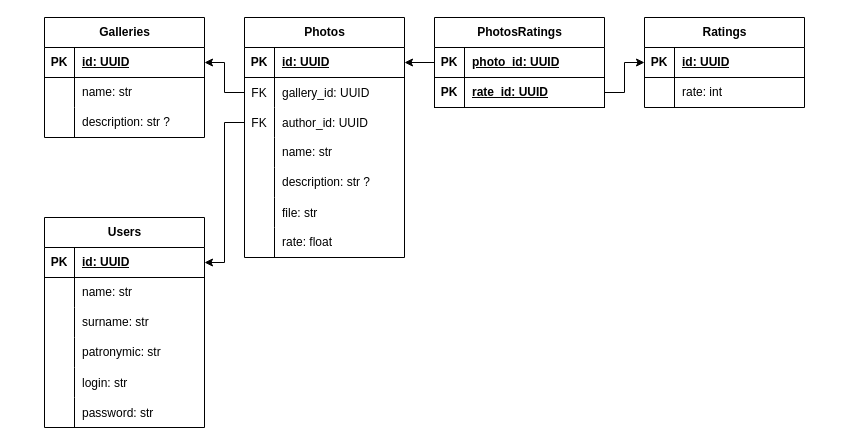
Earlier version of the draw.io diagram бд.drawio (WATUNeed/gallery). Source tidied: cells renumbered, new cells numbered last; positions are measured from the earlier drawing's top-left corner, leaving out a move shared by most shapes. Both pictures are drawn from the tidied source at 100%, with x=0, y=0 at pixel (44, 17).
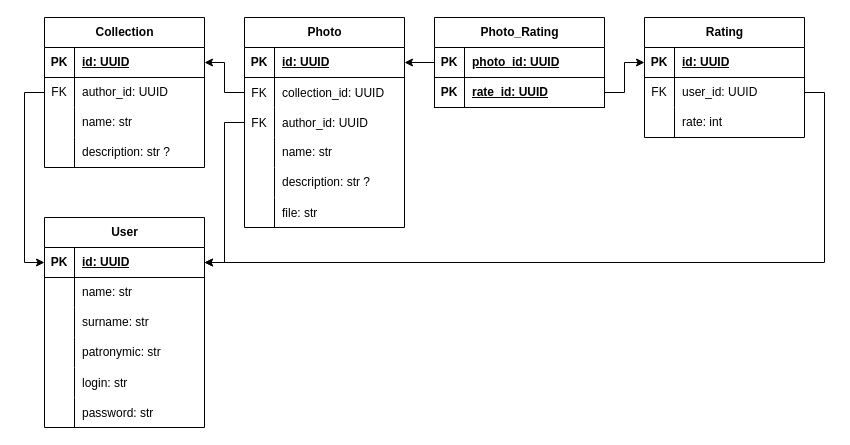
After the change.

The change refers to these unchanged cells:
```xml
<mxCell id="3" style="shape=tableRow;horizontal=0;startSize=0;swimlaneHead=0;swimlaneBody=0;fillColor=none;points=[[0,0.5],[1,0.5]];portConstraint=eastwest;top=0;left=0;right=0;bottom=1;" parent="2" vertex="1">
  <mxGeometry y="30" width="160" height="30" as="geometry" />
</mxCell>
<mxCell id="35" style="shape=tableRow;horizontal=0;startSize=0;swimlaneHead=0;swimlaneBody=0;fillColor=none;points=[[0,0.5],[1,0.5]];portConstraint=eastwest;top=0;left=0;right=0;bottom=0;" parent="31" vertex="1">
  <mxGeometry y="60" width="160" height="30" as="geometry" />
</mxCell>
```

Diff of the diagram source:
```diff
@@
-    <mxCell id="2" value="Users" style="shape=table;startSize=30;childLayout=tableLayout;rowLines=0;fontStyle=1;align=center;html=1;" parent="1" vertex="1">
+    <mxCell id="2" value="User" style="shape=table;startSize=30;childLayout=tableLayout;rowLines=0;fontStyle=1;align=center;html=1;" parent="1" vertex="1">
       <mxGeometry y="200" width="160" height="210" as="geometry" />
     </mxCell>
@@
-    <mxCell id="21" value="Galleries" style="shape=table;startSize=30;childLayout=tableLayout;rowLines=0;fontStyle=1;align=center;html=1;" parent="1" vertex="1">
-      <mxGeometry width="160" height="120" as="geometry" />
+    <mxCell id="21" value="Collection" style="shape=table;startSize=30;childLayout=tableLayout;rowLines=0;fontStyle=1;align=center;html=1;" parent="1" vertex="1">
+      <mxGeometry width="160" height="150" as="geometry" />
     </mxCell>
@@
+    <mxCell id="71" style="shape=tableRow;horizontal=0;startSize=0;swimlaneHead=0;swimlaneBody=0;fillColor=none;points=[[0,0.5],[1,0.5]];portConstraint=eastwest;top=0;left=0;right=0;bottom=0;" parent="21" vertex="1">
+      <mxGeometry y="60" width="160" height="30" as="geometry" />
+    </mxCell>
+    <mxCell id="72" value="FK" style="shape=partialRectangle;fillColor=none;top=0;left=0;bottom=0;right=0;fontStyle=0;overflow=hidden;whiteSpace=wrap;html=1;" parent="71" vertex="1">
+      <mxGeometry width="30" height="30" as="geometry" />
+    </mxCell>
+    <mxCell id="73" value="author_id: UUID" style="shape=partialRectangle;fillColor=none;top=0;left=0;bottom=0;right=0;align=left;spacingLeft=6;fontStyle=0;overflow=hidden;whiteSpace=wrap;html=1;" parent="71" vertex="1">
+      <mxGeometry x="30" width="130" height="30" as="geometry" />
+    </mxCell>
     <mxCell id="25" style="shape=tableRow;horizontal=0;startSize=0;swimlaneHead=0;swimlaneBody=0;fillColor=none;top=0;left=0;right=0;bottom=0;" parent="21" vertex="1">
-      <mxGeometry y="60" width="160" height="30" as="geometry" />
+      <mxGeometry y="90" width="160" height="30" as="geometry" />
     </mxCell>
@@
     <mxCell id="28" style="shape=tableRow;horizontal=0;startSize=0;swimlaneHead=0;swimlaneBody=0;fillColor=none;top=0;left=0;right=0;bottom=0;" parent="21" vertex="1">
-      <mxGeometry y="90" width="160" height="30" as="geometry" />
+      <mxGeometry y="120" width="160" height="30" as="geometry" />
     </mxCell>
@@
-    <mxCell id="31" value="Photos" style="shape=table;startSize=30;childLayout=tableLayout;rowLines=0;fontStyle=1;align=center;html=1;" parent="1" vertex="1">
-      <mxGeometry x="200" width="160" height="240" as="geometry" />
+    <mxCell id="31" value="Photo" style="shape=table;startSize=30;childLayout=tableLayout;rowLines=0;fontStyle=1;align=center;html=1;" parent="1" vertex="1">
+      <mxGeometry x="200" width="160" height="210" as="geometry" />
     </mxCell>
@@
-    <mxCell id="37" value="gallery_id: UUID" style="shape=partialRectangle;fillColor=none;top=0;left=0;bottom=0;right=0;align=left;spacingLeft=6;overflow=hidden;" parent="35" vertex="1">
+    <mxCell id="37" value="collection_id: UUID" style="shape=partialRectangle;fillColor=none;top=0;left=0;bottom=0;right=0;align=left;spacingLeft=6;overflow=hidden;" parent="35" vertex="1">
       <mxGeometry x="30" width="130" height="30" as="geometry" />
     </mxCell>
@@
-    <mxCell id="50" style="shape=tableRow;horizontal=0;startSize=0;swimlaneHead=0;swimlaneBody=0;fillColor=none;top=0;left=0;right=0;bottom=0;" parent="31" vertex="1">
-      <mxGeometry y="210" width="160" height="30" as="geometry" />
-    </mxCell>
-    <mxCell id="51" style="shape=partialRectangle;fillColor=none;top=0;left=0;bottom=0;right=0;overflow=hidden;whiteSpace=wrap;html=1;" parent="50" vertex="1">
-      <mxGeometry width="30" height="30" as="geometry" />
-    </mxCell>
-    <mxCell id="52" value="rate: float" style="shape=partialRectangle;fillColor=none;top=0;left=0;bottom=0;right=0;align=left;spacingLeft=6;overflow=hidden;whiteSpace=wrap;html=1;" parent="50" vertex="1">
-      <mxGeometry x="30" width="130" height="30" as="geometry" />
-    </mxCell>
@@
-    <mxCell id="55" value="Ratings" style="shape=table;startSize=30;childLayout=tableLayout;rowLines=0;fontStyle=1;align=center;html=1;" parent="1" vertex="1">
-      <mxGeometry x="600" width="160" height="90" as="geometry" />
+    <mxCell id="55" value="Rating" style="shape=table;startSize=30;childLayout=tableLayout;rowLines=0;fontStyle=1;align=center;html=1;" parent="1" vertex="1">
+      <mxGeometry x="600" width="160" height="120" as="geometry" />
     </mxCell>
@@
+    <mxCell id="74" style="shape=tableRow;horizontal=0;startSize=0;swimlaneHead=0;swimlaneBody=0;fillColor=none;points=[[0,0.5],[1,0.5]];portConstraint=eastwest;top=0;left=0;right=0;bottom=0;" parent="55" vertex="1">
+      <mxGeometry y="60" width="160" height="30" as="geometry" />
+    </mxCell>
+    <mxCell id="75" value="FK" style="shape=partialRectangle;fillColor=none;top=0;left=0;bottom=0;right=0;fontStyle=0;overflow=hidden;whiteSpace=wrap;html=1;" parent="74" vertex="1">
+      <mxGeometry width="30" height="30" as="geometry" />
+    </mxCell>
+    <mxCell id="76" value="user_id: UUID" style="shape=partialRectangle;fillColor=none;top=0;left=0;bottom=0;right=0;align=left;spacingLeft=6;fontStyle=0;overflow=hidden;whiteSpace=wrap;html=1;" parent="74" vertex="1">
+      <mxGeometry x="30" width="130" height="30" as="geometry" />
+    </mxCell>
     <mxCell id="59" style="shape=tableRow;horizontal=0;startSize=0;swimlaneHead=0;swimlaneBody=0;fillColor=none;top=0;left=0;right=0;bottom=0;" parent="55" vertex="1">
-      <mxGeometry y="60" width="160" height="30" as="geometry" />
+      <mxGeometry y="90" width="160" height="30" as="geometry" />
     </mxCell>
@@
-    <mxCell id="63" value="PhotosRatings" style="shape=table;startSize=30;childLayout=tableLayout;rowLines=0;fontStyle=1;align=center;html=1;" parent="1" vertex="1">
+    <mxCell id="63" value="Photo_Rating" style="shape=table;startSize=30;childLayout=tableLayout;rowLines=0;fontStyle=1;align=center;html=1;" parent="1" vertex="1">
       <mxGeometry x="390" width="170" height="90" as="geometry" />
     </mxCell>
@@
+    <mxCell id="77" style="edgeStyle=orthogonalEdgeStyle;rounded=0;jettySize=auto;html=1;exitX=0;exitY=0.5;exitDx=0;exitDy=0;entryX=0;entryY=0.5;entryDx=0;entryDy=0;" parent="1" edge="1" source="71" target="3">
+      <mxGeometry relative="1" as="geometry" />
+    </mxCell>
+    <mxCell id="78" style="edgeStyle=orthogonalEdgeStyle;rounded=0;jettySize=auto;html=1;exitX=1;exitY=0.5;exitDx=0;exitDy=0;entryX=1;entryY=0.5;entryDx=0;entryDy=0;" parent="1" edge="1" source="74" target="3">
+      <mxGeometry relative="1" as="geometry" />
+    </mxCell>
```
